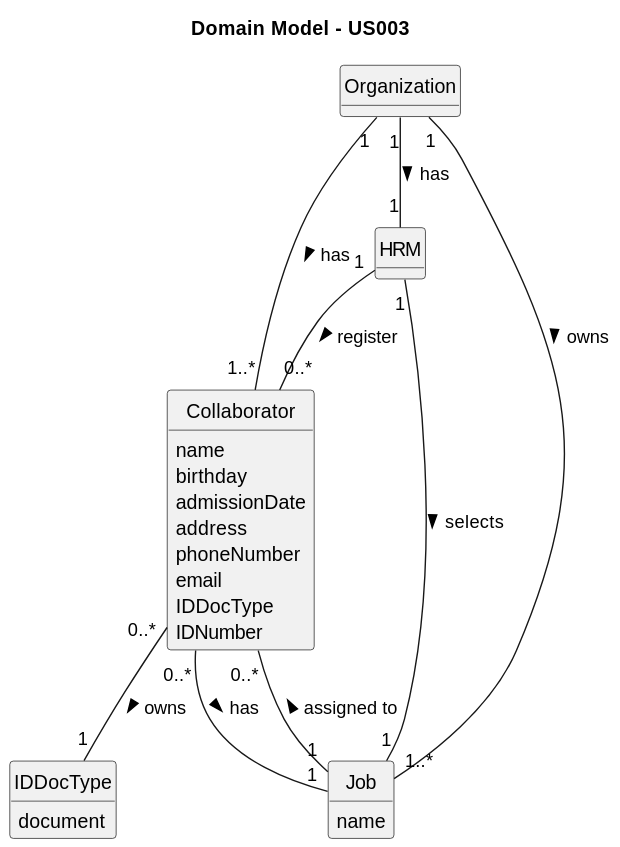
The PlantUML diagram docs/sprintA/us003/02.analysis/svg/us003-domain-model.svg in daniel41silva05/ISEP_2023_2024_LAPR2, before a commit.
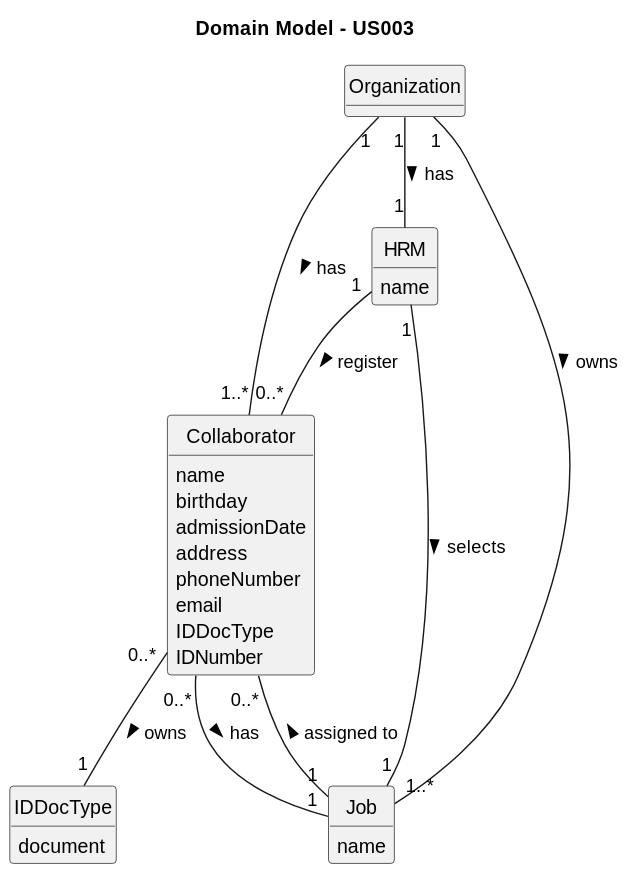
After the change.

Commit message:
Update Domain Model

What changed in the source:
```diff
@@ -25,6 +25,7 @@
 }
 
 class HRM {
+    name
 }
 
 class Job {
```
